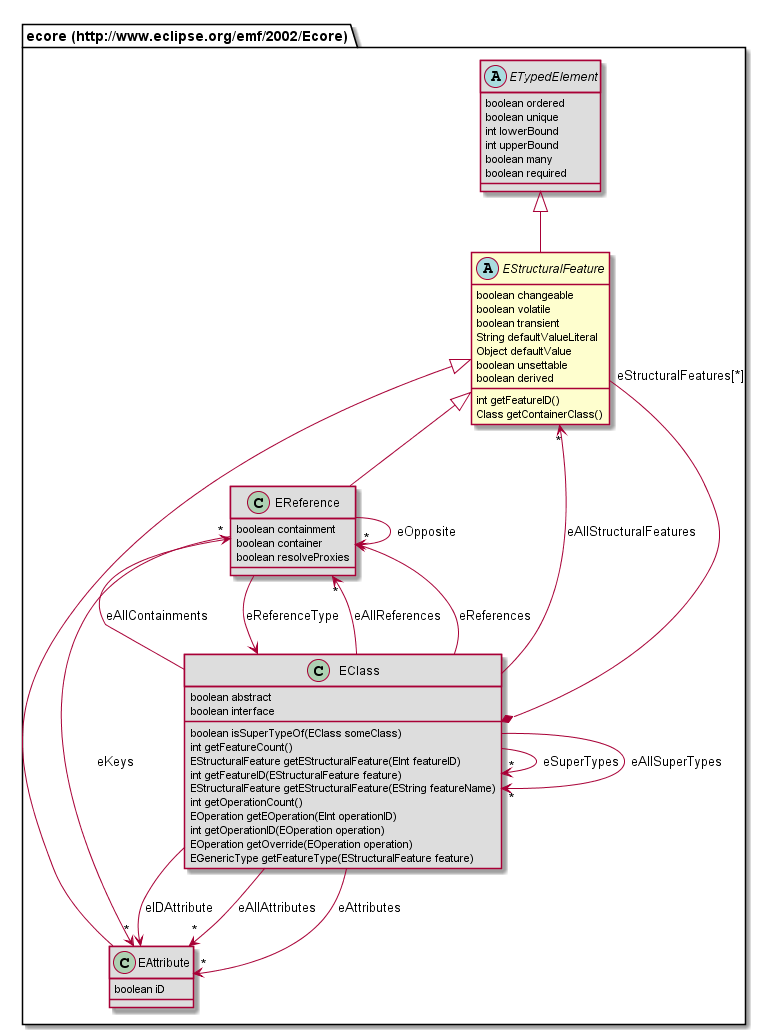
Nasdanika/html keeps this PlantUML diagram as org.nasdanika.html.repository/src/site/resources/app-model-doc/687474703a2f2f7777772e65636c697073652e6f72672f656d662f323030322f45636f7265/EStructuralFeature.png. Above is the earlier version. Its diagram source:
```plantuml
@startuml
abstract class "ecore (http://www.eclipse.org/emf/2002/Ecore).EStructuralFeature" [[#router/doc-content/687474703a2f2f7777772e65636c697073652e6f72672f656d662f323030322f45636f7265/EStructuralFeature.html]] {
	boolean changeable
	boolean volatile
	boolean transient
	String defaultValueLiteral
	Object defaultValue
	boolean unsettable
	boolean derived
	int getFeatureID()
	Class getContainerClass()
}
class "ecore (http://www.eclipse.org/emf/2002/Ecore).EClass" [[#router/doc-content/687474703a2f2f7777772e65636c697073652e6f72672f656d662f323030322f45636f7265/EClass.html]] #DDDDDD {
	boolean abstract
	boolean interface
	boolean isSuperTypeOf(EClass someClass)
	int getFeatureCount()
	EStructuralFeature getEStructuralFeature(EInt featureID)
	int getFeatureID(EStructuralFeature feature)
	EStructuralFeature getEStructuralFeature(EString featureName)
	int getOperationCount()
	EOperation getEOperation(EInt operationID)
	int getOperationID(EOperation operation)
	EOperation getOverride(EOperation operation)
	EGenericType getFeatureType(EStructuralFeature feature)
}
class "ecore (http://www.eclipse.org/emf/2002/Ecore).EAttribute" [[#router/doc-content/687474703a2f2f7777772e65636c697073652e6f72672f656d662f323030322f45636f7265/EAttribute.html]] #DDDDDD {
	boolean iD
}
abstract class "ecore (http://www.eclipse.org/emf/2002/Ecore).ETypedElement" [[#router/doc-content/687474703a2f2f7777772e65636c697073652e6f72672f656d662f323030322f45636f7265/ETypedElement.html]] #DDDDDD {
	boolean ordered
	boolean unique
	int lowerBound
	int upperBound
	boolean many
	boolean required
}
class "ecore (http://www.eclipse.org/emf/2002/Ecore).EReference" [[#router/doc-content/687474703a2f2f7777772e65636c697073652e6f72672f656d662f323030322f45636f7265/EReference.html]] #DDDDDD {
	boolean containment
	boolean container
	boolean resolveProxies
}
"ecore (http://www.eclipse.org/emf/2002/Ecore).EStructuralFeature" <|-- "ecore (http://www.eclipse.org/emf/2002/Ecore).EAttribute"
"ecore (http://www.eclipse.org/emf/2002/Ecore).EStructuralFeature" <|-- "ecore (http://www.eclipse.org/emf/2002/Ecore).EReference"
"ecore (http://www.eclipse.org/emf/2002/Ecore).ETypedElement" <|-- "ecore (http://www.eclipse.org/emf/2002/Ecore).EStructuralFeature"
"ecore (http://www.eclipse.org/emf/2002/Ecore).EClass" --> "*" "ecore (http://www.eclipse.org/emf/2002/Ecore).EClass" : eSuperTypes
"ecore (http://www.eclipse.org/emf/2002/Ecore).EClass" --> "*" "ecore (http://www.eclipse.org/emf/2002/Ecore).EAttribute" : eAllAttributes
"ecore (http://www.eclipse.org/emf/2002/Ecore).EClass" --> "*" "ecore (http://www.eclipse.org/emf/2002/Ecore).EReference" : eAllReferences
"ecore (http://www.eclipse.org/emf/2002/Ecore).EClass" --> "*" "ecore (http://www.eclipse.org/emf/2002/Ecore).EReference" : eReferences
"ecore (http://www.eclipse.org/emf/2002/Ecore).EClass" --> "*" "ecore (http://www.eclipse.org/emf/2002/Ecore).EAttribute" : eAttributes
"ecore (http://www.eclipse.org/emf/2002/Ecore).EClass" --> "*" "ecore (http://www.eclipse.org/emf/2002/Ecore).EReference" : eAllContainments
"ecore (http://www.eclipse.org/emf/2002/Ecore).EClass" --> "*" "ecore (http://www.eclipse.org/emf/2002/Ecore).EStructuralFeature" : eAllStructuralFeatures
"ecore (http://www.eclipse.org/emf/2002/Ecore).EClass" --> "*" "ecore (http://www.eclipse.org/emf/2002/Ecore).EClass" : eAllSuperTypes
"ecore (http://www.eclipse.org/emf/2002/Ecore).EClass" --> "ecore (http://www.eclipse.org/emf/2002/Ecore).EAttribute" : eIDAttribute
"ecore (http://www.eclipse.org/emf/2002/Ecore).EClass" *-- "eStructuralFeatures[*]" "ecore (http://www.eclipse.org/emf/2002/Ecore).EStructuralFeature"
"ecore (http://www.eclipse.org/emf/2002/Ecore).EReference" --> "ecore (http://www.eclipse.org/emf/2002/Ecore).EReference" : eOpposite
"ecore (http://www.eclipse.org/emf/2002/Ecore).EReference" --> "ecore (http://www.eclipse.org/emf/2002/Ecore).EClass" : eReferenceType
"ecore (http://www.eclipse.org/emf/2002/Ecore).EReference" --> "*" "ecore (http://www.eclipse.org/emf/2002/Ecore).EAttribute" : eKeys
@enduml
```
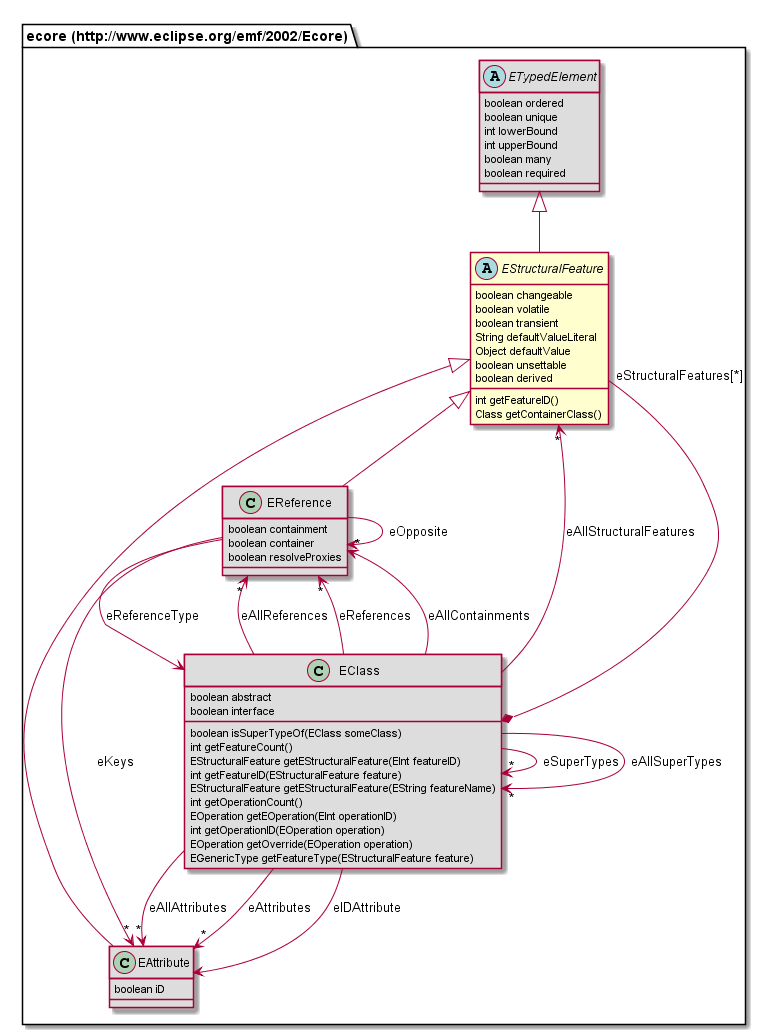
After the commit.

What changed in the source:
```diff
@@ -9,6 +9,22 @@
 	boolean derived
 	int getFeatureID()
 	Class getContainerClass()
+}
+abstract class "ecore (http://www.eclipse.org/emf/2002/Ecore).ETypedElement" [[#router/doc-content/687474703a2f2f7777772e65636c697073652e6f72672f656d662f323030322f45636f7265/ETypedElement.html]] #DDDDDD {
+	boolean ordered
+	boolean unique
+	int lowerBound
+	int upperBound
+	boolean many
+	boolean required
+}
+class "ecore (http://www.eclipse.org/emf/2002/Ecore).EAttribute" [[#router/doc-content/687474703a2f2f7777772e65636c697073652e6f72672f656d662f323030322f45636f7265/EAttribute.html]] #DDDDDD {
+	boolean iD
+}
+class "ecore (http://www.eclipse.org/emf/2002/Ecore).EReference" [[#router/doc-content/687474703a2f2f7777772e65636c697073652e6f72672f656d662f323030322f45636f7265/EReference.html]] #DDDDDD {
+	boolean containment
+	boolean container
+	boolean resolveProxies
 }
 class "ecore (http://www.eclipse.org/emf/2002/Ecore).EClass" [[#router/doc-content/687474703a2f2f7777772e65636c697073652e6f72672f656d662f323030322f45636f7265/EClass.html]] #DDDDDD {
 	boolean abstract
@@ -24,25 +40,12 @@
 	EOperation getOverride(EOperation operation)
 	EGenericType getFeatureType(EStructuralFeature feature)
 }
-class "ecore (http://www.eclipse.org/emf/2002/Ecore).EAttribute" [[#router/doc-content/687474703a2f2f7777772e65636c697073652e6f72672f656d662f323030322f45636f7265/EAttribute.html]] #DDDDDD {
-	boolean iD
-}
-abstract class "ecore (http://www.eclipse.org/emf/2002/Ecore).ETypedElement" [[#router/doc-content/687474703a2f2f7777772e65636c697073652e6f72672f656d662f323030322f45636f7265/ETypedElement.html]] #DDDDDD {
-	boolean ordered
-	boolean unique
-	int lowerBound
-	int upperBound
-	boolean many
-	boolean required
-}
-class "ecore (http://www.eclipse.org/emf/2002/Ecore).EReference" [[#router/doc-content/687474703a2f2f7777772e65636c697073652e6f72672f656d662f323030322f45636f7265/EReference.html]] #DDDDDD {
-	boolean containment
-	boolean container
-	boolean resolveProxies
-}
 "ecore (http://www.eclipse.org/emf/2002/Ecore).EStructuralFeature" <|-- "ecore (http://www.eclipse.org/emf/2002/Ecore).EAttribute"
 "ecore (http://www.eclipse.org/emf/2002/Ecore).EStructuralFeature" <|-- "ecore (http://www.eclipse.org/emf/2002/Ecore).EReference"
 "ecore (http://www.eclipse.org/emf/2002/Ecore).ETypedElement" <|-- "ecore (http://www.eclipse.org/emf/2002/Ecore).EStructuralFeature"
+"ecore (http://www.eclipse.org/emf/2002/Ecore).EReference" --> "ecore (http://www.eclipse.org/emf/2002/Ecore).EReference" : eOpposite
+"ecore (http://www.eclipse.org/emf/2002/Ecore).EReference" --> "ecore (http://www.eclipse.org/emf/2002/Ecore).EClass" : eReferenceType
+"ecore (http://www.eclipse.org/emf/2002/Ecore).EReference" --> "*" "ecore (http://www.eclipse.org/emf/2002/Ecore).EAttribute" : eKeys
 "ecore (http://www.eclipse.org/emf/2002/Ecore).EClass" --> "*" "ecore (http://www.eclipse.org/emf/2002/Ecore).EClass" : eSuperTypes
 "ecore (http://www.eclipse.org/emf/2002/Ecore).EClass" --> "*" "ecore (http://www.eclipse.org/emf/2002/Ecore).EAttribute" : eAllAttributes
 "ecore (http://www.eclipse.org/emf/2002/Ecore).EClass" --> "*" "ecore (http://www.eclipse.org/emf/2002/Ecore).EReference" : eAllReferences
@@ -53,7 +56,4 @@
 "ecore (http://www.eclipse.org/emf/2002/Ecore).EClass" --> "*" "ecore (http://www.eclipse.org/emf/2002/Ecore).EClass" : eAllSuperTypes
 "ecore (http://www.eclipse.org/emf/2002/Ecore).EClass" --> "ecore (http://www.eclipse.org/emf/2002/Ecore).EAttribute" : eIDAttribute
 "ecore (http://www.eclipse.org/emf/2002/Ecore).EClass" *-- "eStructuralFeatures[*]" "ecore (http://www.eclipse.org/emf/2002/Ecore).EStructuralFeature"
-"ecore (http://www.eclipse.org/emf/2002/Ecore).EReference" --> "ecore (http://www.eclipse.org/emf/2002/Ecore).EReference" : eOpposite
-"ecore (http://www.eclipse.org/emf/2002/Ecore).EReference" --> "ecore (http://www.eclipse.org/emf/2002/Ecore).EClass" : eReferenceType
-"ecore (http://www.eclipse.org/emf/2002/Ecore).EReference" --> "*" "ecore (http://www.eclipse.org/emf/2002/Ecore).EAttribute" : eKeys
 @enduml
```
